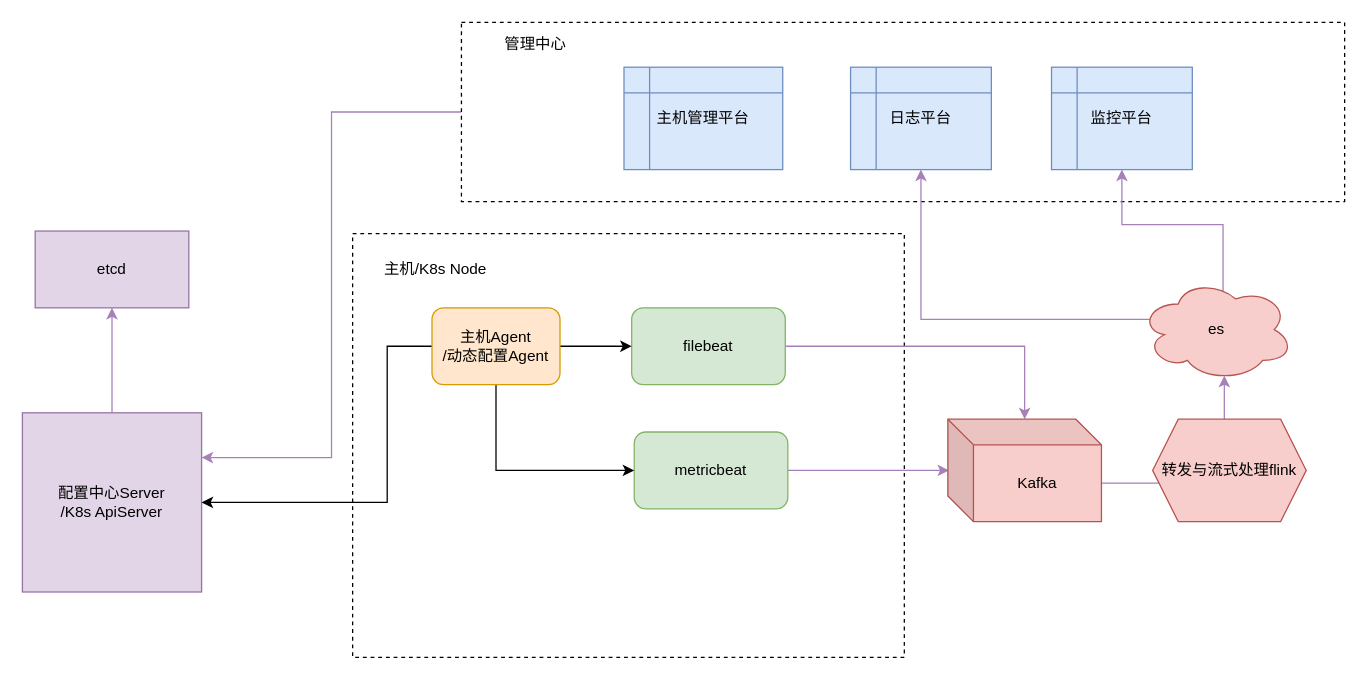
This is 主机日志.drawio from ethfoo/drawio, a draw.io file, before an edit. Source tidied: cells renumbered, new cells numbered last; positions are measured from the earlier drawing's top-left corner, leaving out a move shared by most shapes. Both pictures are drawn from the tidied source at 128%, with x=0, y=0 at pixel (22, 22).
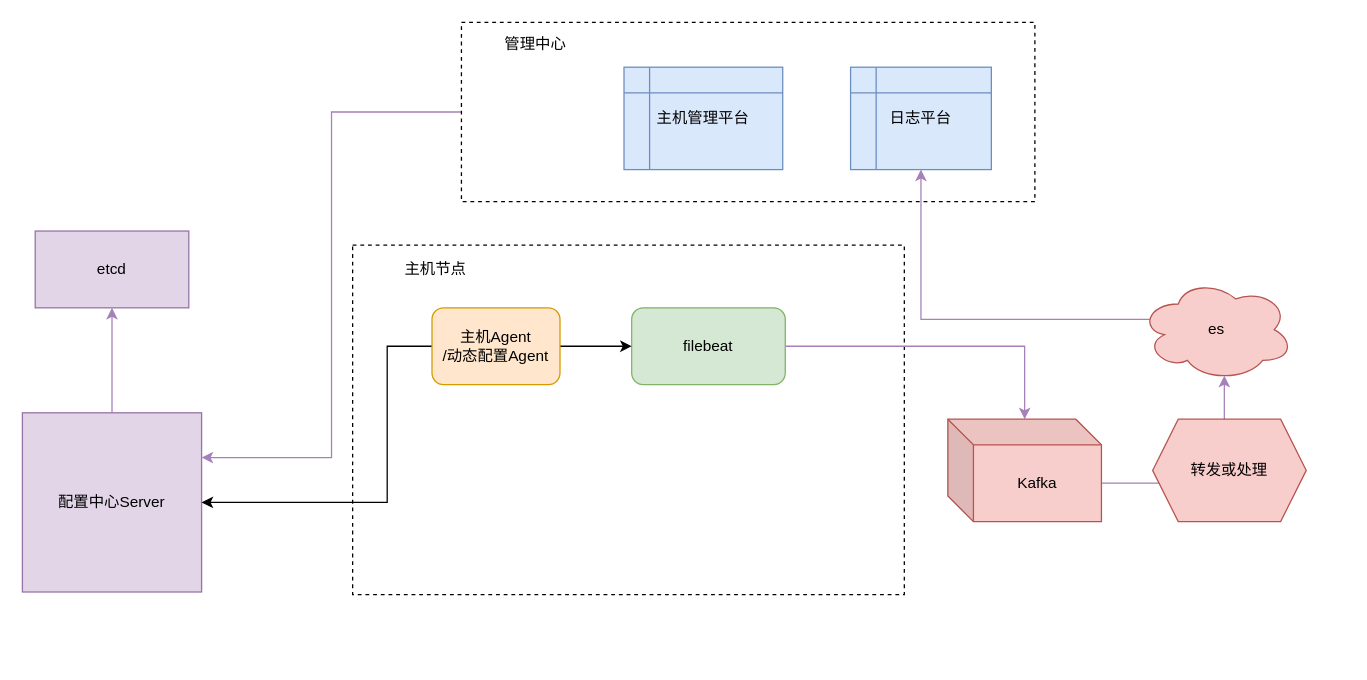
The same page after the edit.

Unchanged cells that the change refers to:
```xml
<mxCell id="15" value="es" style="ellipse;shape=cloud;whiteSpace=wrap;html=1;strokeColor=#b85450;fillColor=#f8cecc;" parent="1" vertex="1">
  <mxGeometry x="873" y="200" width="120" height="80" as="geometry" />
</mxCell>
<mxCell id="20" value="主机Agent&lt;br&gt;/动态配置Agent" style="rounded=1;whiteSpace=wrap;html=1;strokeColor=#d79b00;fillColor=#ffe6cc;" parent="1" vertex="1">
  <mxGeometry x="320" y="223" width="100" height="60" as="geometry" />
</mxCell>
<mxCell id="24" value="Kafka" style="shape=cube;whiteSpace=wrap;html=1;boundedLbl=1;backgroundOutline=1;darkOpacity=0.05;darkOpacity2=0.1;strokeColor=#b85450;fillColor=#f8cecc;" parent="1" vertex="1">
  <mxGeometry x="723" y="310" width="120" height="80" as="geometry" />
</mxCell>
```

The edit, as a diff of the source:
```diff
@@
     <mxCell id="2" style="rounded=0;whiteSpace=wrap;html=1;strokeColor=#000000;dashed=1;" parent="1" vertex="1">
-      <mxGeometry x="258" y="165" width="431" height="331" as="geometry" />
+      <mxGeometry x="258" y="174" width="431" height="273" as="geometry" />
     </mxCell>
@@
     <mxCell id="4" style="rounded=0;whiteSpace=wrap;html=1;strokeColor=#000000;dashed=1;" parent="1" vertex="1">
-      <mxGeometry x="343" width="690" height="140" as="geometry" />
+      <mxGeometry x="343" width="448" height="140" as="geometry" />
     </mxCell>
@@
-    <mxCell id="6" value="配置中心Server&lt;br&gt;/K8s ApiServer" style="whiteSpace=wrap;html=1;fillColor=#e1d5e7;strokeColor=#9673a6;" parent="1" vertex="1">
+    <mxCell id="6" value="配置中心Server" style="whiteSpace=wrap;html=1;fillColor=#e1d5e7;strokeColor=#9673a6;" parent="1" vertex="1">
       <mxGeometry y="305" width="140" height="140" as="geometry" />
     </mxCell>
@@
-    <mxCell id="9" style="edgeStyle=orthogonalEdgeStyle;rounded=0;jettySize=auto;html=1;exitX=1;exitY=0.5;exitDx=0;exitDy=0;entryX=0.008;entryY=0.5;entryDx=0;entryDy=0;entryPerimeter=0;strokeColor=#A680B8;" parent="1" edge="1" source="10" target="24">
-      <mxGeometry relative="1" as="geometry" />
-    </mxCell>
-    <mxCell id="10" value="metricbeat" style="rounded=1;whiteSpace=wrap;html=1;fillColor=#d5e8d4;strokeColor=#82b366;" parent="1" vertex="1">
-      <mxGeometry x="478" y="320" width="120" height="60" as="geometry" />
-    </mxCell>
-    <mxCell id="11" value="主机/K8s Node" style="text;html=1;strokeColor=none;fillColor=none;align=center;verticalAlign=middle;whiteSpace=wrap;rounded=0;dashed=1;" parent="1" vertex="1">
+    <mxCell id="11" value="主机节点" style="text;html=1;strokeColor=none;fillColor=none;align=center;verticalAlign=middle;whiteSpace=wrap;rounded=0;dashed=1;" parent="1" vertex="1">
       <mxGeometry x="276" y="183" width="94" height="20" as="geometry" />
     </mxCell>
@@
-    <mxCell id="14" style="edgeStyle=orthogonalEdgeStyle;rounded=0;jettySize=auto;html=1;exitX=0.625;exitY=0.2;exitDx=0;exitDy=0;exitPerimeter=0;strokeColor=#A680B8;" parent="1" edge="1" source="15" target="21">
-      <mxGeometry relative="1" as="geometry">
-        <Array as="points">
-          <mxPoint x="938" y="216" />
-          <mxPoint x="938" y="158" />
-          <mxPoint x="859" y="158" />
-        </Array>
-      </mxGeometry>
-    </mxCell>
@@
-    <mxCell id="18" style="edgeStyle=orthogonalEdgeStyle;rounded=0;jettySize=auto;html=1;exitX=0.5;exitY=1;exitDx=0;exitDy=0;entryX=0;entryY=0.5;entryDx=0;entryDy=0;" parent="1" edge="1" source="20" target="10">
-      <mxGeometry relative="1" as="geometry" />
-    </mxCell>
@@
-    <mxCell id="21" value="监控平台" style="shape=internalStorage;whiteSpace=wrap;html=1;backgroundOutline=1;strokeColor=#6c8ebf;fillColor=#dae8fc;" parent="1" vertex="1">
-      <mxGeometry x="804" y="35" width="110" height="80" as="geometry" />
-    </mxCell>
@@
-    <mxCell id="25" value="转发与流式处理flink" style="shape=hexagon;perimeter=hexagonPerimeter2;whiteSpace=wrap;html=1;fixedSize=1;strokeColor=#b85450;fillColor=#f8cecc;" parent="1" vertex="1">
+    <mxCell id="25" value="转发或处理" style="shape=hexagon;perimeter=hexagonPerimeter2;whiteSpace=wrap;html=1;fixedSize=1;strokeColor=#b85450;fillColor=#f8cecc;" parent="1" vertex="1">
       <mxGeometry x="883" y="310" width="120" height="80" as="geometry" />
     </mxCell>
```
